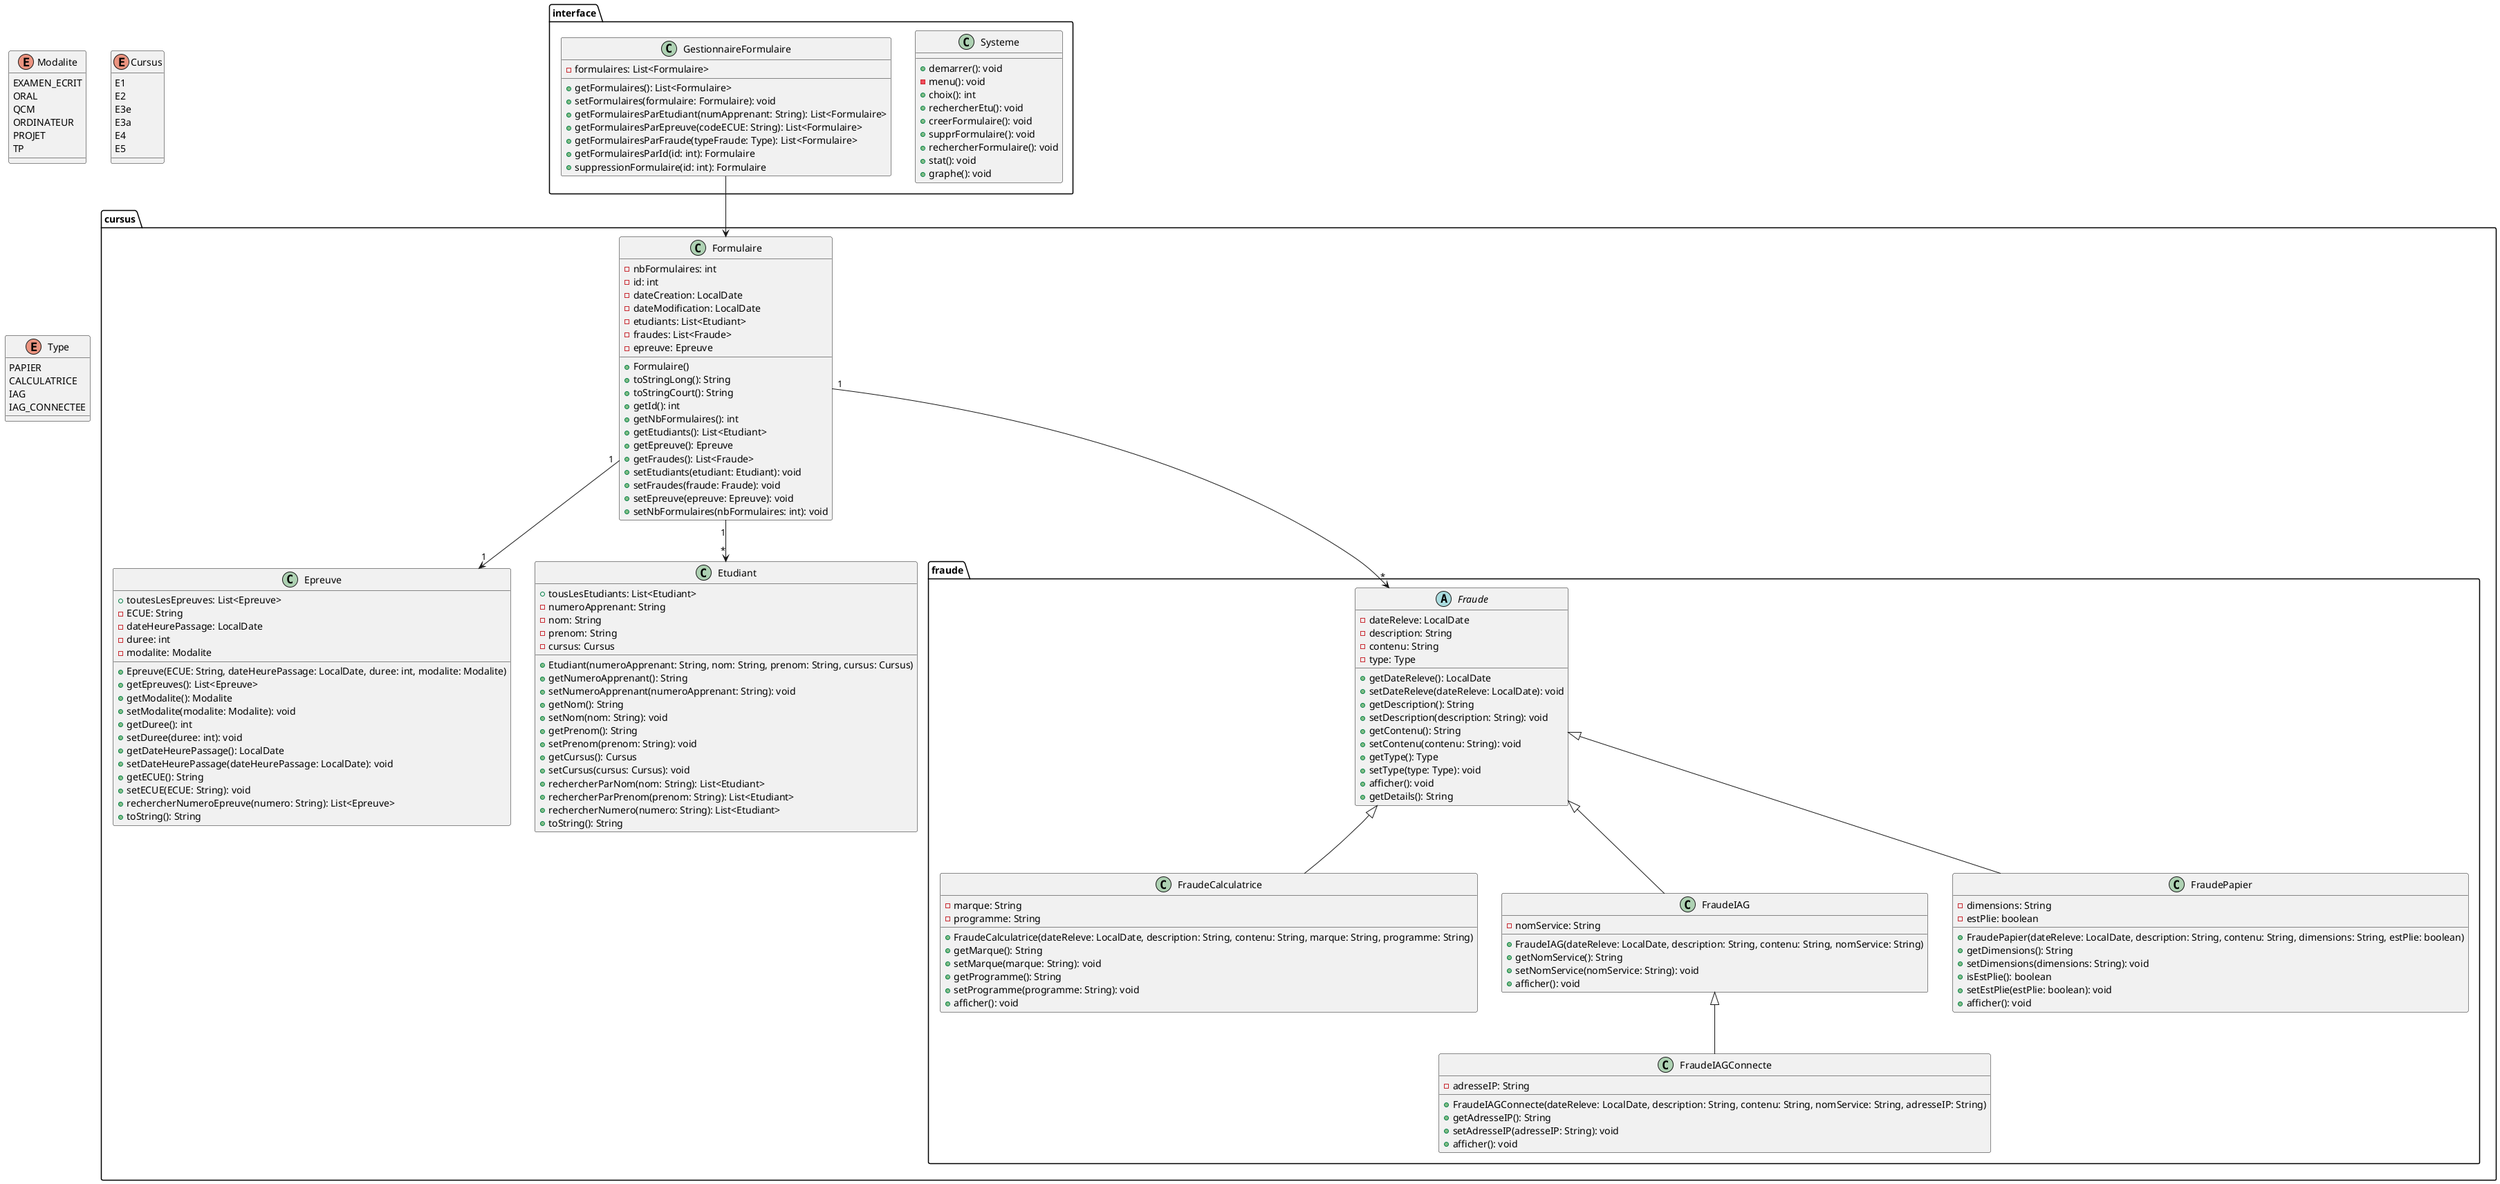
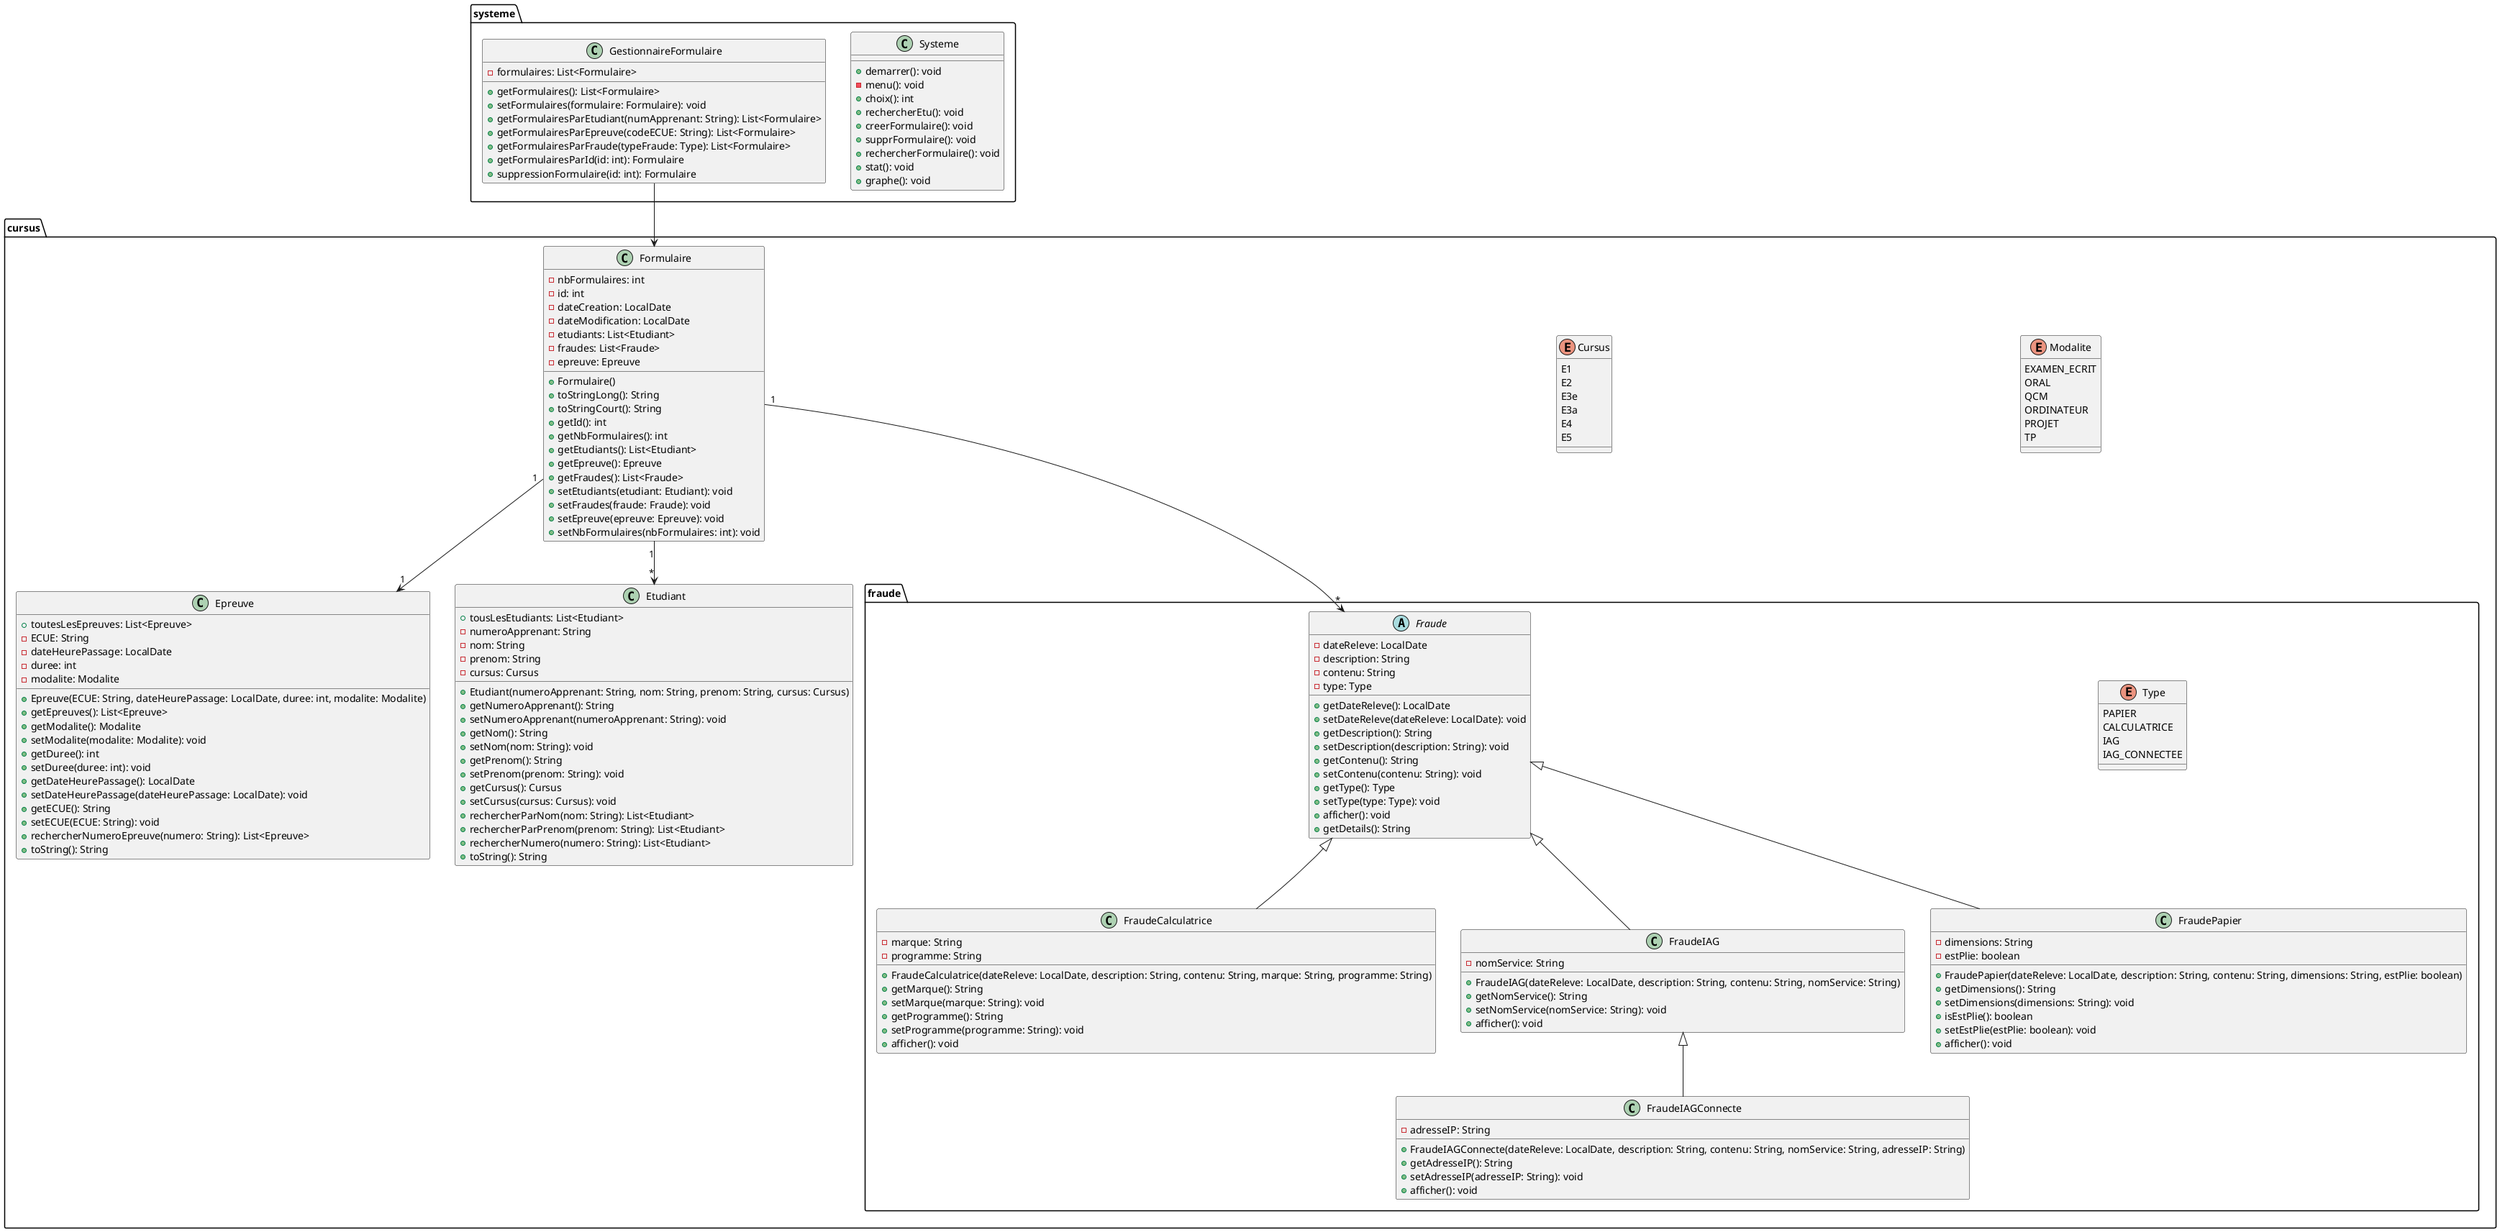
@startuml

- enum Modalite {
-   EXAMEN_ECRIT
-   ORAL
-   QCM
-   ORDINATEUR
-   PROJET
-   TP
- }
- 
- enum Cursus {
-   E1
-   E2
-   E3e
-   E3a
-   E4
-   E5
- }
- 
- enum Type {
-   PAPIER
-   CALCULATRICE
-   IAG
-   IAG_CONNECTEE
- }
- 
- package interface{
+ package systeme{
class Systeme {
  + demarrer(): void
  - menu(): void
  + choix(): int
  + rechercherEtu(): void
  + creerFormulaire(): void
  + supprFormulaire(): void
  + rechercherFormulaire(): void
  + stat(): void
  + graphe(): void
}

class GestionnaireFormulaire {
  - formulaires: List<Formulaire>
  + getFormulaires(): List<Formulaire>
  + setFormulaires(formulaire: Formulaire): void
  + getFormulairesParEtudiant(numApprenant: String): List<Formulaire>
  + getFormulairesParEpreuve(codeECUE: String): List<Formulaire>
  + getFormulairesParFraude(typeFraude: Type): List<Formulaire>
  + getFormulairesParId(id: int): Formulaire
  + suppressionFormulaire(id: int): Formulaire
}
}

+ package cursus{
+ enum Modalite {
+   EXAMEN_ECRIT
+   ORAL
+   QCM
+   ORDINATEUR
+   PROJET
+   TP
+ }

- package cursus{
+ enum Cursus {
+   E1
+   E2
+   E3e
+   E3a
+   E4
+   E5
+ }
+ 
class Epreuve {
  + toutesLesEpreuves: List<Epreuve>
  - ECUE: String
  - dateHeurePassage: LocalDate
  - duree: int
  - modalite: Modalite
  + Epreuve(ECUE: String, dateHeurePassage: LocalDate, duree: int, modalite: Modalite)
  + getEpreuves(): List<Epreuve>
  + getModalite(): Modalite
  + setModalite(modalite: Modalite): void
  + getDuree(): int
  + setDuree(duree: int): void
  + getDateHeurePassage(): LocalDate
  + setDateHeurePassage(dateHeurePassage: LocalDate): void
  + getECUE(): String
  + setECUE(ECUE: String): void
  + rechercherNumeroEpreuve(numero: String): List<Epreuve>
  + toString(): String
}

class Etudiant {
  + tousLesEtudiants: List<Etudiant>
  - numeroApprenant: String
  - nom: String
  - prenom: String
  - cursus: Cursus
  + Etudiant(numeroApprenant: String, nom: String, prenom: String, cursus: Cursus)
  + getNumeroApprenant(): String
  + setNumeroApprenant(numeroApprenant: String): void
  + getNom(): String
  + setNom(nom: String): void
  + getPrenom(): String
  + setPrenom(prenom: String): void
  + getCursus(): Cursus
  + setCursus(cursus: Cursus): void
  + rechercherParNom(nom: String): List<Etudiant>
  + rechercherParPrenom(prenom: String): List<Etudiant>
  + rechercherNumero(numero: String): List<Etudiant>
  + toString(): String
}

class Formulaire {
  - nbFormulaires: int
  - id: int
  - dateCreation: LocalDate
  - dateModification: LocalDate
  - etudiants: List<Etudiant>
  - fraudes: List<Fraude>
  - epreuve: Epreuve
  + Formulaire()
  + toStringLong(): String
  + toStringCourt(): String
  + getId(): int
  + getNbFormulaires(): int
  + getEtudiants(): List<Etudiant>
  + getEpreuve(): Epreuve
  + getFraudes(): List<Fraude>
  + setEtudiants(etudiant: Etudiant): void
  + setFraudes(fraude: Fraude): void
  + setEpreuve(epreuve: Epreuve): void
  + setNbFormulaires(nbFormulaires: int): void
}
package fraude{
+ enum Type {
+   PAPIER
+   CALCULATRICE
+   IAG
+   IAG_CONNECTEE
+ }
+ 
abstract class Fraude {
  - dateReleve: LocalDate
  - description: String
  - contenu: String
  - type: Type
  + getDateReleve(): LocalDate
  + setDateReleve(dateReleve: LocalDate): void
  + getDescription(): String
  + setDescription(description: String): void
  + getContenu(): String
  + setContenu(contenu: String): void
  + getType(): Type
  + setType(type: Type): void
  + afficher(): void
  + getDetails(): String
}

class FraudeCalculatrice {
  - marque: String
  - programme: String
  + FraudeCalculatrice(dateReleve: LocalDate, description: String, contenu: String, marque: String, programme: String)
  + getMarque(): String
  + setMarque(marque: String): void
  + getProgramme(): String
  + setProgramme(programme: String): void
  + afficher(): void
}

class FraudeIAG {
  - nomService: String
  + FraudeIAG(dateReleve: LocalDate, description: String, contenu: String, nomService: String)
  + getNomService(): String
  + setNomService(nomService: String): void
  + afficher(): void
}

class FraudeIAGConnecte {
  - adresseIP: String
  + FraudeIAGConnecte(dateReleve: LocalDate, description: String, contenu: String, nomService: String, adresseIP: String)
  + getAdresseIP(): String
  + setAdresseIP(adresseIP: String): void
  + afficher(): void
}

class FraudePapier {
  - dimensions: String
  - estPlie: boolean
  + FraudePapier(dateReleve: LocalDate, description: String, contenu: String, dimensions: String, estPlie: boolean)
  + getDimensions(): String
  + setDimensions(dimensions: String): void
  + isEstPlie(): boolean
  + setEstPlie(estPlie: boolean): void
  + afficher(): void
}
}
}




Fraude <|-- FraudeCalculatrice
Fraude <|-- FraudeIAG
Fraude <|-- FraudePapier
FraudeIAG <|-- FraudeIAGConnecte
GestionnaireFormulaire --> Formulaire
Formulaire "1" -->"*" Etudiant
Formulaire "1" --> "*" Fraude
Formulaire "1" --> "1" Epreuve
@enduml
